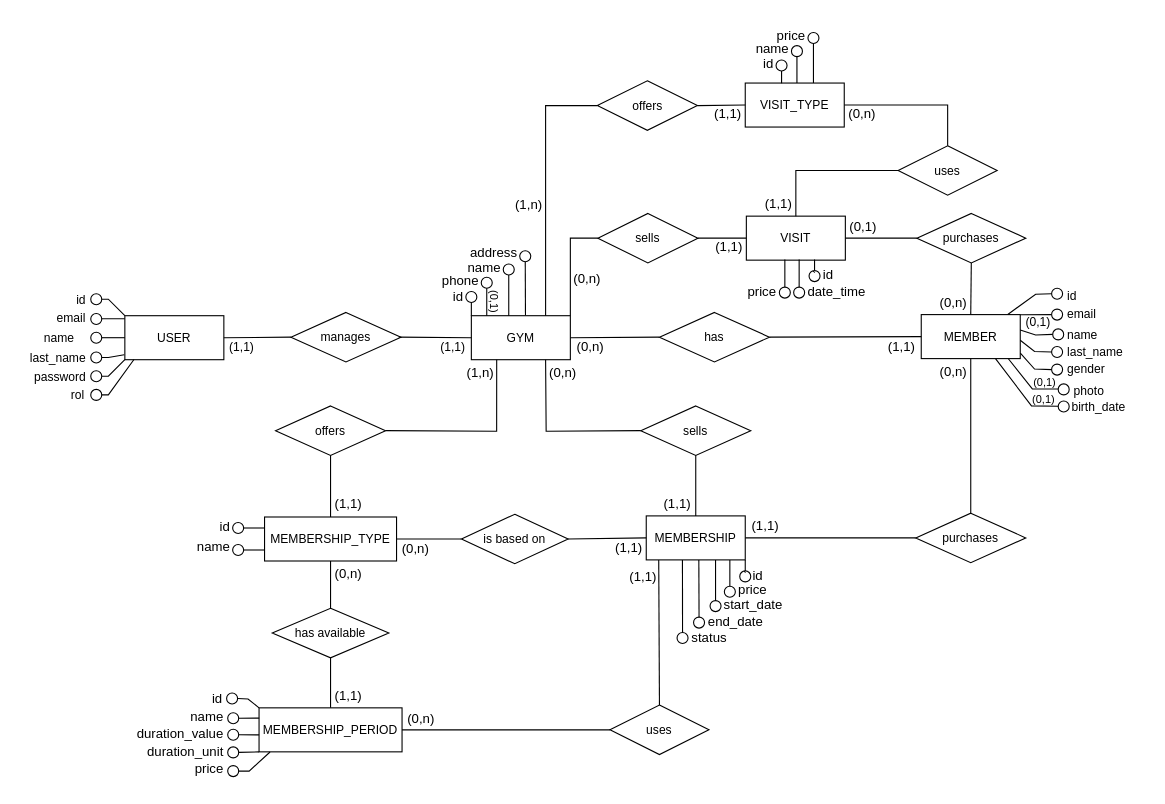
Before: docs/conceptual-design.drawio in hdz-kevin/Trainly, a draw.io diagram. Source tidied: cells renumbered, new cells numbered last; positions are measured from the earlier drawing's top-left corner, leaving out a move shared by most shapes. Both pictures are drawn from the tidied source at 110%, with x=0, y=0 at pixel (19, 19).
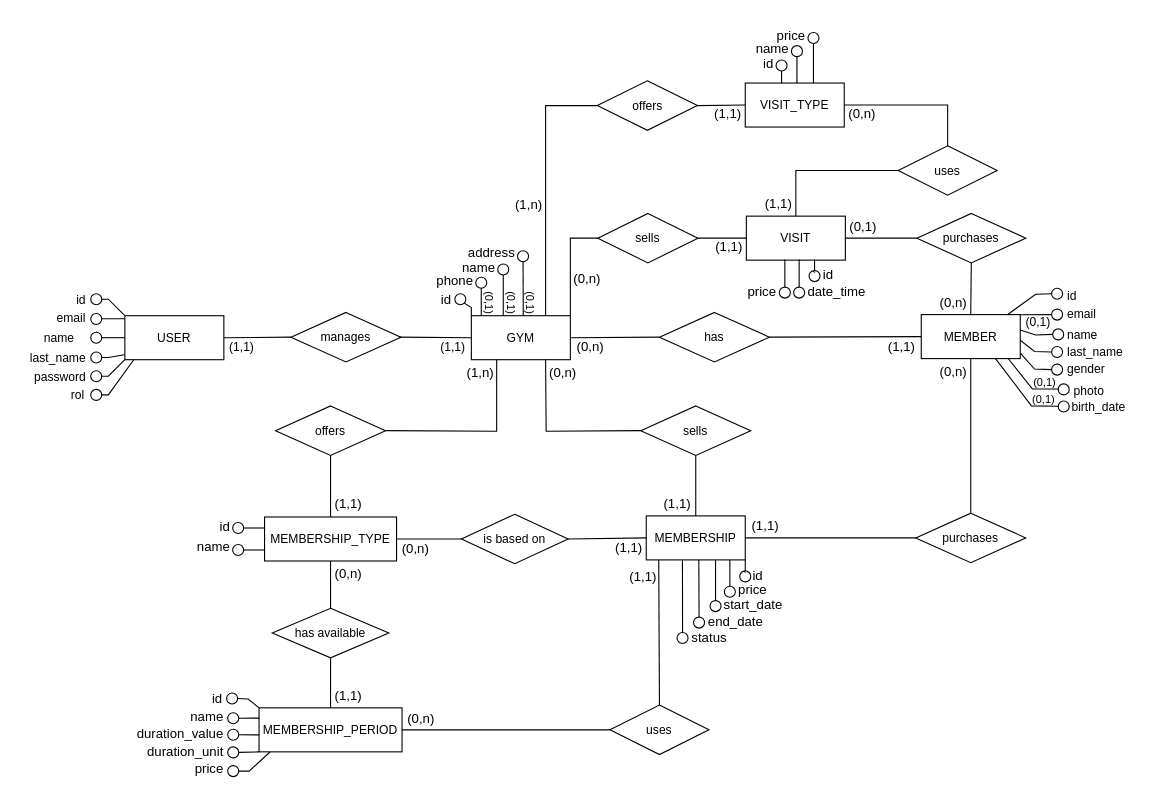
The same diagram, later.

The change refers to these unchanged cells:
```xml
<mxCell id="21" value="&lt;font&gt;GYM&lt;/font&gt;" style="rounded=0;whiteSpace=wrap;html=1;fillColor=none;fontSize=11;" parent="1" vertex="1">
  <mxGeometry x="411" y="269.5" width="90" height="40" as="geometry" />
</mxCell>
```

Change to the diagram source:
```diff
@@
     <mxCell id="22" style="ellipse;whiteSpace=wrap;html=1;fillColor=light-dark(#FFFFFF,#FFFFFF);fontSize=11;" parent="1" vertex="1">
-      <mxGeometry x="406" y="247.5" width="10" height="10" as="geometry" />
+      <mxGeometry x="396" y="249.5" width="10" height="10" as="geometry" />
     </mxCell>
-    <mxCell id="23" style="endArrow=none;html=1;rounded=0;entryX=0.5;entryY=1;entryDx=0;entryDy=0;fontSize=11;exitX=0;exitY=0;exitDx=0;exitDy=0;" parent="1" edge="1" source="21" target="22">
-      <mxGeometry relative="1" as="geometry" />
+    <mxCell id="23" style="endArrow=none;html=1;rounded=0;entryX=1;entryY=1;entryDx=0;entryDy=0;fontSize=11;exitX=0;exitY=0;exitDx=0;exitDy=0;" parent="1" edge="1" source="21" target="22">
+      <mxGeometry relative="1" as="geometry">
+        <Array as="points">
+          <mxPoint x="411" y="262" />
+        </Array>
+      </mxGeometry>
     </mxCell>
     <mxCell id="24" value="id" style="text;html=1;align=right;verticalAlign=middle;strokeColor=none;fillColor=none;" parent="1" vertex="1">
-      <mxGeometry x="375" y="237.5" width="30" height="30" as="geometry" />
+      <mxGeometry x="364" y="239.5" width="30" height="30" as="geometry" />
     </mxCell>
     <mxCell id="25" style="endArrow=none;html=1;rounded=0;entryX=0.5;entryY=1;entryDx=0;entryDy=0;fontSize=11;exitX=0.413;exitY=-0.007;exitDx=0;exitDy=0;exitPerimeter=0;" parent="1" edge="1" target="26">
       <mxGeometry relative="1" as="geometry">
-        <mxPoint x="460.2" y="269.2" as="sourcePoint" />
+        <mxPoint x="458.2" y="269.2" as="sourcePoint" />
       </mxGeometry>
     </mxCell>
     <mxCell id="26" style="ellipse;whiteSpace=wrap;html=1;fillColor=none;fontSize=11;" parent="1" vertex="1">
-      <mxGeometry x="455" y="210.5" width="10" height="10" as="geometry" />
+      <mxGeometry x="453" y="210.5" width="10" height="10" as="geometry" />
     </mxCell>
     <mxCell id="27" value="name" style="text;html=1;align=right;verticalAlign=middle;strokeColor=none;fillColor=none;" parent="1" vertex="1">
-      <mxGeometry x="389" y="210.5" width="50" height="30" as="geometry" />
+      <mxGeometry x="384" y="210.5" width="50" height="30" as="geometry" />
     </mxCell>
     <mxCell id="28" style="endArrow=none;html=1;rounded=0;entryX=0.5;entryY=1;entryDx=0;entryDy=0;fontSize=11;exitX=0.413;exitY=-0.007;exitDx=0;exitDy=0;exitPerimeter=0;" parent="1" edge="1" target="29">
       <mxGeometry relative="1" as="geometry">
-        <mxPoint x="445" y="269.5" as="sourcePoint" />
+        <mxPoint x="440" y="269.5" as="sourcePoint" />
       </mxGeometry>
     </mxCell>
     <mxCell id="29" style="ellipse;whiteSpace=wrap;html=1;fillColor=none;fontSize=11;" parent="1" vertex="1">
-      <mxGeometry x="440" y="222.5" width="10" height="10" as="geometry" />
+      <mxGeometry x="435" y="222.5" width="10" height="10" as="geometry" />
     </mxCell>
     <mxCell id="30" value="address" style="text;html=1;align=right;verticalAlign=middle;strokeColor=none;fillColor=none;" parent="1" vertex="1">
-      <mxGeometry x="384" y="197.5" width="70" height="30" as="geometry" />
+      <mxGeometry x="382" y="197.5" width="70" height="30" as="geometry" />
     </mxCell>
     <mxCell id="31" style="ellipse;whiteSpace=wrap;html=1;fillColor=light-dark(#FFFFFF,#FFFFFF);fontSize=11;" parent="1" vertex="1">
-      <mxGeometry x="420" y="234.5" width="10" height="10" as="geometry" />
+      <mxGeometry x="415" y="234.5" width="10" height="10" as="geometry" />
     </mxCell>
     <mxCell id="32" style="endArrow=none;html=1;rounded=0;entryX=0.5;entryY=1;entryDx=0;entryDy=0;fontSize=11;" parent="1" edge="1" target="31">
       <mxGeometry relative="1" as="geometry">
-        <mxPoint x="425" y="269.5" as="sourcePoint" />
+        <mxPoint x="420" y="269.5" as="sourcePoint" />
       </mxGeometry>
     </mxCell>
     <mxCell id="33" value="phone" style="text;html=1;align=right;verticalAlign=middle;strokeColor=none;fillColor=none;" parent="1" vertex="1">
-      <mxGeometry x="359" y="222.5" width="60" height="30" as="geometry" />
+      <mxGeometry x="354" y="222.5" width="60" height="30" as="geometry" />
     </mxCell>
     <mxCell id="34" value="(0,1)" style="text;html=1;align=center;verticalAlign=middle;strokeColor=none;fillColor=none;fontSize=10;rotation=90;" parent="1" vertex="1">
-      <mxGeometry x="413" y="241.5" width="40" height="30" as="geometry" />
+      <mxGeometry x="408" y="242.5" width="40" height="30" as="geometry" />
     </mxCell>
@@
+    <mxCell id="179" value="(0,1)" style="text;html=1;align=center;verticalAlign=middle;strokeColor=none;fillColor=none;fontSize=10;rotation=90;" parent="1" vertex="1">
+      <mxGeometry x="428" y="242.5" width="40" height="30" as="geometry" />
+    </mxCell>
+    <mxCell id="180" value="(0,1)" style="text;html=1;align=center;verticalAlign=middle;strokeColor=none;fillColor=none;fontSize=10;rotation=90;" parent="1" vertex="1">
+      <mxGeometry x="446" y="242.5" width="40" height="30" as="geometry" />
+    </mxCell>
```
